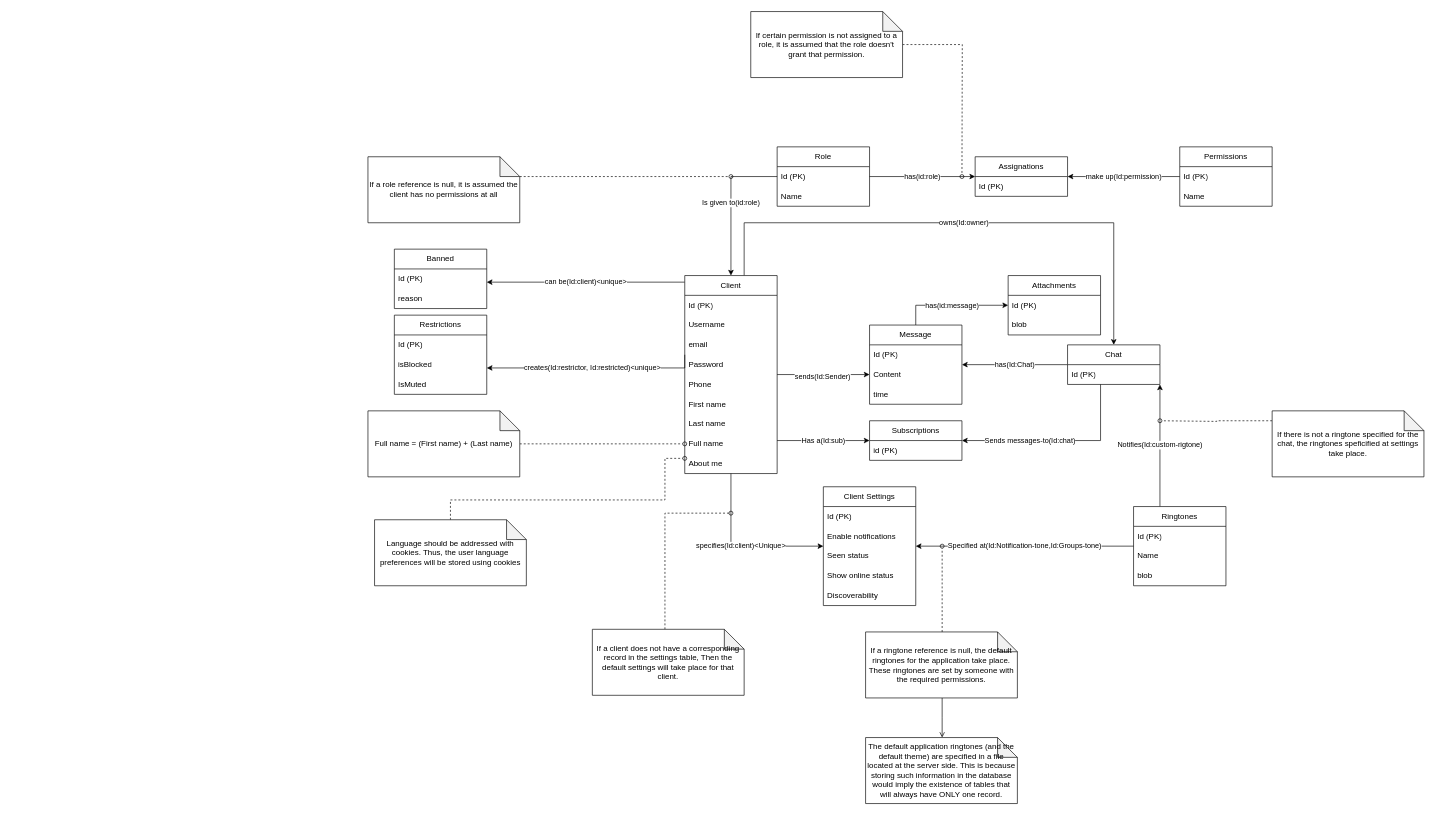
Earlier version of the draw.io diagram page "DB" (2 of 2) of docs/Models.drawio (pgirald/Chat). Source tidied: cells renumbered, new cells numbered last; positions are measured from the earlier drawing's top-left corner, leaving out a move shared by most shapes. Both pictures are drawn from the tidied source at 66%, with x=0, y=0 at pixel (368, 11).
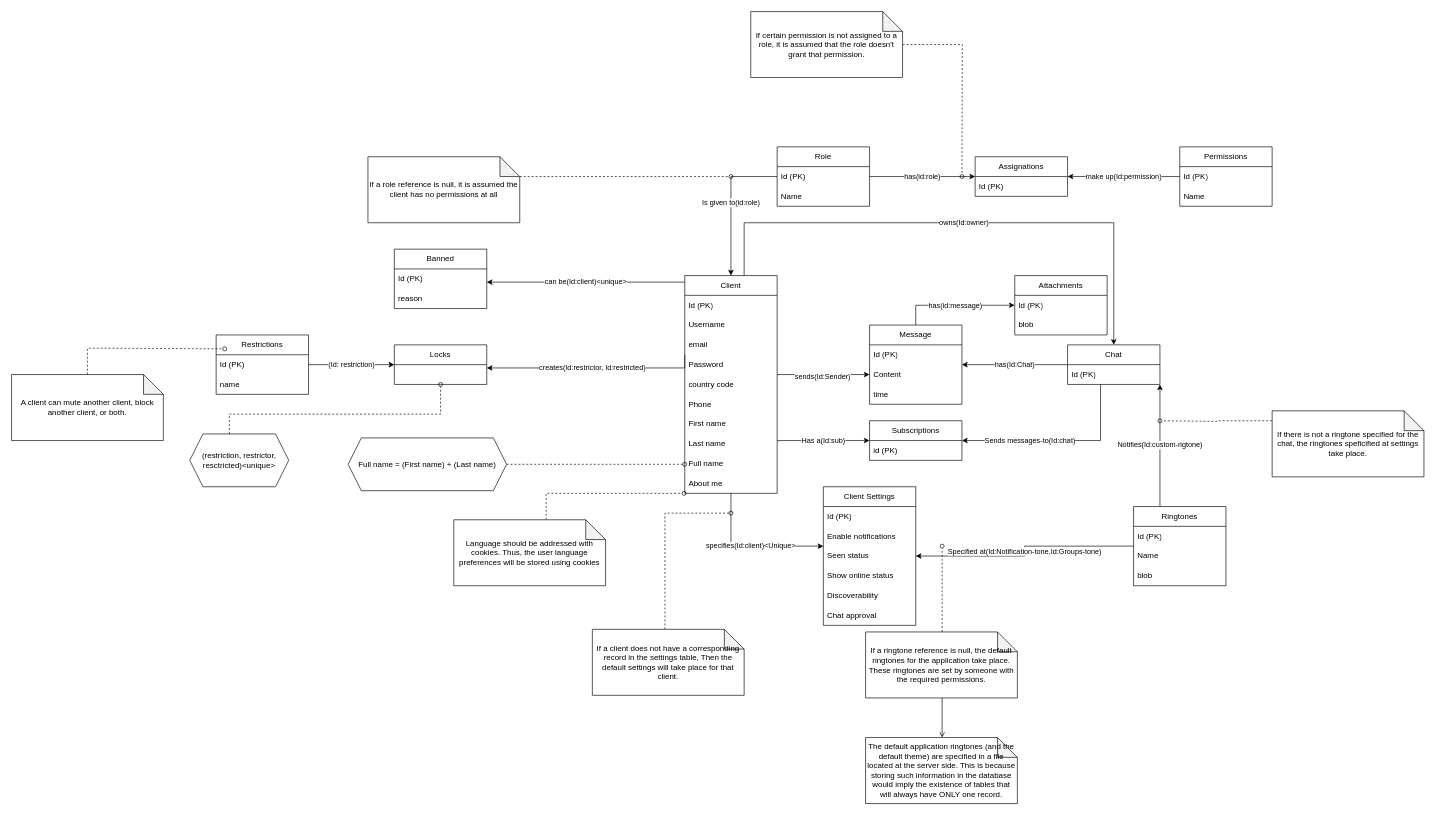
Above is the later version.

Change to the diagram source:
```diff
@@
-    <mxCell id="6" value="creates(Id:restrictor, Id:restricted)&amp;lt;unique&amp;gt;" style="edgeStyle=orthogonalEdgeStyle;rounded=0;jettySize=auto;html=1;" parent="1" edge="1" target="56">
+    <mxCell id="6" value="creates(Id:restrictor, Id:restricted)" style="edgeStyle=orthogonalEdgeStyle;rounded=0;jettySize=auto;html=1;" parent="1" edge="1" target="56">
       <mxGeometry relative="1" as="geometry">
         <mxPoint x="480" y="520" as="sourcePoint" />
         <Array as="points">
           <mxPoint x="480" y="540" />
         </Array>
       </mxGeometry>
     </mxCell>
@@
     <mxCell id="8" value="Client" style="swimlane;fontStyle=0;horizontal=1;startSize=30;whiteSpace=wrap;html=1;" parent="1" vertex="1">
-      <mxGeometry x="480" y="400" width="140" height="300" as="geometry" />
+      <mxGeometry x="480" y="400" width="140" height="330" as="geometry" />
     </mxCell>
@@
+    <mxCell id="79" value="country code" style="text;strokeColor=none;fillColor=none;align=left;verticalAlign=middle;spacingLeft=4;spacingRight=4;overflow=hidden;whiteSpace=wrap;html=1;" parent="8" vertex="1">
+      <mxGeometry y="150" width="140" height="30" as="geometry" />
+    </mxCell>
     <mxCell id="13" value="Phone" style="text;strokeColor=none;fillColor=none;align=left;verticalAlign=middle;spacingLeft=4;spacingRight=4;overflow=hidden;whiteSpace=wrap;html=1;" parent="8" vertex="1">
-      <mxGeometry y="150" width="140" height="30" as="geometry" />
+      <mxGeometry y="180" width="140" height="30" as="geometry" />
     </mxCell>
     <mxCell id="14" value="First name" style="text;strokeColor=none;fillColor=none;align=left;verticalAlign=middle;spacingLeft=4;spacingRight=4;overflow=hidden;whiteSpace=wrap;html=1;" parent="8" vertex="1">
-      <mxGeometry y="180" width="140" height="30" as="geometry" />
+      <mxGeometry y="210" width="140" height="30" as="geometry" />
     </mxCell>
     <mxCell id="15" value="Last name" style="text;strokeColor=none;fillColor=none;align=left;verticalAlign=middle;spacingLeft=4;spacingRight=4;overflow=hidden;whiteSpace=wrap;html=1;" parent="8" vertex="1">
-      <mxGeometry y="210" width="140" height="30" as="geometry" />
+      <mxGeometry y="240" width="140" height="30" as="geometry" />
     </mxCell>
     <mxCell id="16" value="Full name" style="text;strokeColor=none;fillColor=none;align=left;verticalAlign=middle;spacingLeft=4;spacingRight=4;overflow=hidden;points=[[0,0.5],[1,0.5]];portConstraint=eastwest;whiteSpace=wrap;html=1;" parent="8" vertex="1">
-      <mxGeometry y="240" width="140" height="30" as="geometry" />
+      <mxGeometry y="270" width="140" height="30" as="geometry" />
     </mxCell>
     <mxCell id="17" value="About me" style="text;strokeColor=none;fillColor=none;align=left;verticalAlign=middle;spacingLeft=4;spacingRight=4;overflow=hidden;whiteSpace=wrap;html=1;" parent="8" vertex="1">
-      <mxGeometry y="270" width="140" height="30" as="geometry" />
+      <mxGeometry y="300" width="140" height="30" as="geometry" />
     </mxCell>
-    <mxCell id="18" style="edgeStyle=orthogonalEdgeStyle;rounded=0;jettySize=auto;html=1;dashed=1;endArrow=oval;endFill=0;" parent="1" edge="1" source="19" target="16">
-      <mxGeometry relative="1" as="geometry" />
-    </mxCell>
-    <mxCell id="19" value="Full name = (First name) + (Last name)" style="shape=note;whiteSpace=wrap;html=1;backgroundOutline=1;darkOpacity=0.05;" parent="1" vertex="1">
-      <mxGeometry y="605" width="230" height="100" as="geometry" />
-    </mxCell>
@@
-    <mxCell id="56" value="Restrictions" style="swimlane;fontStyle=0;horizontal=1;startSize=30;whiteSpace=wrap;html=1;" parent="1" vertex="1">
-      <mxGeometry x="40" y="460" width="140" height="120" as="geometry" />
+    <mxCell id="56" value="Locks" style="swimlane;fontStyle=0;horizontal=1;startSize=30;whiteSpace=wrap;html=1;" parent="1" vertex="1">
+      <mxGeometry x="40" y="505" width="140" height="60" as="geometry" />
     </mxCell>
-    <mxCell id="57" value="Id (PK)" style="text;strokeColor=none;fillColor=none;align=left;verticalAlign=middle;spacingLeft=4;spacingRight=4;overflow=hidden;whiteSpace=wrap;html=1;" parent="56" vertex="1">
-      <mxGeometry y="30" width="140" height="30" as="geometry" />
-    </mxCell>
-    <mxCell id="58" value="isBlocked" style="text;strokeColor=none;fillColor=none;align=left;verticalAlign=middle;spacingLeft=4;spacingRight=4;overflow=hidden;whiteSpace=wrap;html=1;" parent="56" vertex="1">
-      <mxGeometry y="60" width="140" height="30" as="geometry" />
-    </mxCell>
-    <mxCell id="59" value="IsMuted" style="text;strokeColor=none;fillColor=none;align=left;verticalAlign=middle;spacingLeft=4;spacingRight=4;overflow=hidden;whiteSpace=wrap;html=1;" parent="56" vertex="1">
-      <mxGeometry y="90" width="140" height="30" as="geometry" />
-    </mxCell>
@@
     <mxCell id="63" value="Attachments" style="swimlane;fontStyle=0;horizontal=1;startSize=30;whiteSpace=wrap;html=1;" parent="1" vertex="1">
-      <mxGeometry x="970" y="400" width="140" height="90" as="geometry" />
+      <mxGeometry x="980" y="400" width="140" height="90" as="geometry" />
     </mxCell>
@@
     <mxCell id="66" style="edgeStyle=orthogonalEdgeStyle;rounded=0;jettySize=auto;html=1;dashed=1;endArrow=oval;endFill=0;" parent="1" edge="1" source="67">
       <mxGeometry relative="1" as="geometry">
-        <mxPoint x="480" y="677" as="targetPoint" />
+        <mxPoint x="479" y="730" as="targetPoint" />
         <Array as="points">
-          <mxPoint x="125" y="740" />
-          <mxPoint x="450" y="740" />
-          <mxPoint x="450" y="677" />
+          <mxPoint x="270" y="730" />
         </Array>
       </mxGeometry>
     </mxCell>
     <mxCell id="67" value="Language should be addressed with cookies. Thus, the user language preferences will be stored using cookies" style="shape=note;whiteSpace=wrap;html=1;backgroundOutline=1;darkOpacity=0.05;" parent="1" vertex="1">
-      <mxGeometry x="10" y="770" width="230" height="100" as="geometry" />
+      <mxGeometry x="130" y="770" width="230" height="100" as="geometry" />
     </mxCell>
     <mxCell id="68" value="Client Settings" style="swimlane;fontStyle=0;horizontal=1;startSize=30;whiteSpace=wrap;html=1;" parent="1" vertex="1">
-      <mxGeometry x="690" y="720" width="140" height="180" as="geometry" />
+      <mxGeometry x="690" y="720" width="140" height="210" as="geometry" />
     </mxCell>
@@
+    <mxCell id="80" value="Chat approval" style="text;strokeColor=none;fillColor=none;align=left;verticalAlign=middle;spacingLeft=4;spacingRight=4;overflow=hidden;whiteSpace=wrap;html=1;" parent="68" vertex="1">
+      <mxGeometry y="180" width="140" height="30" as="geometry" />
+    </mxCell>
@@
+    <mxCell id="81" value="(Id: restriction)" style="edgeStyle=orthogonalEdgeStyle;rounded=0;jettySize=auto;html=1;" parent="1" edge="1" source="82" target="56">
+      <mxGeometry relative="1" as="geometry" />
+    </mxCell>
+    <mxCell id="82" value="Restrictions" style="swimlane;fontStyle=0;horizontal=1;startSize=30;whiteSpace=wrap;html=1;" parent="1" vertex="1">
+      <mxGeometry x="-230" y="490" width="140" height="90" as="geometry" />
+    </mxCell>
+    <mxCell id="57" value="Id (PK)" style="text;strokeColor=none;fillColor=none;align=left;verticalAlign=middle;spacingLeft=4;spacingRight=4;overflow=hidden;whiteSpace=wrap;html=1;" parent="82" vertex="1">
+      <mxGeometry y="30" width="140" height="30" as="geometry" />
+    </mxCell>
+    <mxCell id="83" value="name" style="text;strokeColor=none;fillColor=none;align=left;verticalAlign=middle;spacingLeft=4;spacingRight=4;overflow=hidden;whiteSpace=wrap;html=1;" parent="82" vertex="1">
+      <mxGeometry y="60" width="140" height="30" as="geometry" />
+    </mxCell>
+    <mxCell id="84" style="edgeStyle=orthogonalEdgeStyle;rounded=0;jettySize=auto;html=1;dashed=1;endArrow=oval;endFill=0;" parent="1" edge="1" source="85">
+      <mxGeometry relative="1" as="geometry">
+        <mxPoint x="-217" y="511" as="targetPoint" />
+        <Array as="points">
+          <mxPoint x="-425" y="510" />
+          <mxPoint x="-217" y="510" />
+        </Array>
+      </mxGeometry>
+    </mxCell>
+    <mxCell id="85" value="A client can mute another client, block another client, or both." style="shape=note;whiteSpace=wrap;html=1;backgroundOutline=1;darkOpacity=0.05;" parent="1" vertex="1">
+      <mxGeometry x="-540" y="550" width="230" height="100" as="geometry" />
+    </mxCell>
+    <mxCell id="86" style="edgeStyle=orthogonalEdgeStyle;rounded=0;jettySize=auto;html=1;endArrow=oval;endFill=0;dashed=1;" parent="1" edge="1" source="87" target="56">
+      <mxGeometry relative="1" as="geometry">
+        <Array as="points">
+          <mxPoint x="-210" y="610" />
+          <mxPoint x="110" y="610" />
+        </Array>
+      </mxGeometry>
+    </mxCell>
+    <mxCell id="87" value="(restriction, restrictor, resctricted)&amp;lt;unique&amp;gt;" style="shape=hexagon;perimeter=hexagonPerimeter2;whiteSpace=wrap;html=1;fixedSize=1;" parent="1" vertex="1">
+      <mxGeometry x="-270" y="640" width="150" height="80" as="geometry" />
+    </mxCell>
+    <mxCell id="88" style="edgeStyle=orthogonalEdgeStyle;rounded=0;jettySize=auto;html=1;endArrow=oval;endFill=0;dashed=1;" parent="1" edge="1" source="19">
+      <mxGeometry relative="1" as="geometry">
+        <mxPoint x="480" y="686" as="targetPoint" />
+        <Array as="points">
+          <mxPoint x="270" y="686" />
+          <mxPoint x="270" y="686" />
+        </Array>
+      </mxGeometry>
+    </mxCell>
+    <mxCell id="19" value="Full name = (First name) + (Last name)" style="shape=hexagon;perimeter=hexagonPerimeter2;whiteSpace=wrap;html=1;fixedSize=1;" parent="1" vertex="1">
+      <mxGeometry x="-30" y="646" width="240" height="80" as="geometry" />
+    </mxCell>
```
